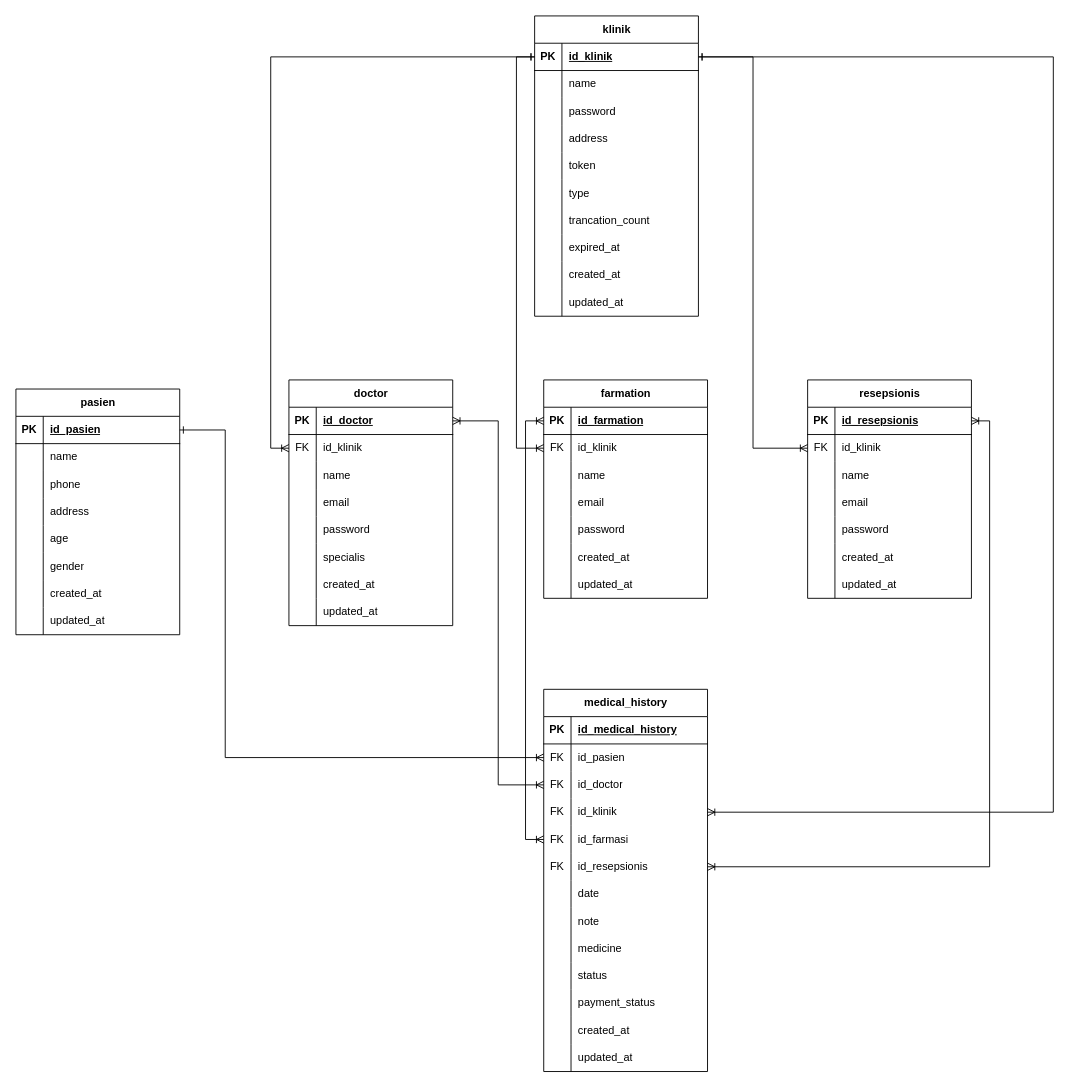
This is erd_klinik.drawio from rrahmatn/dfd_erd_uml, a draw.io file, before an edit. Source tidied: cells renumbered, new cells numbered last; positions are measured from the earlier drawing's top-left corner, leaving out a move shared by most shapes. Both pictures are drawn from the tidied source at 91%, with x=0, y=0 at pixel (15, 15).
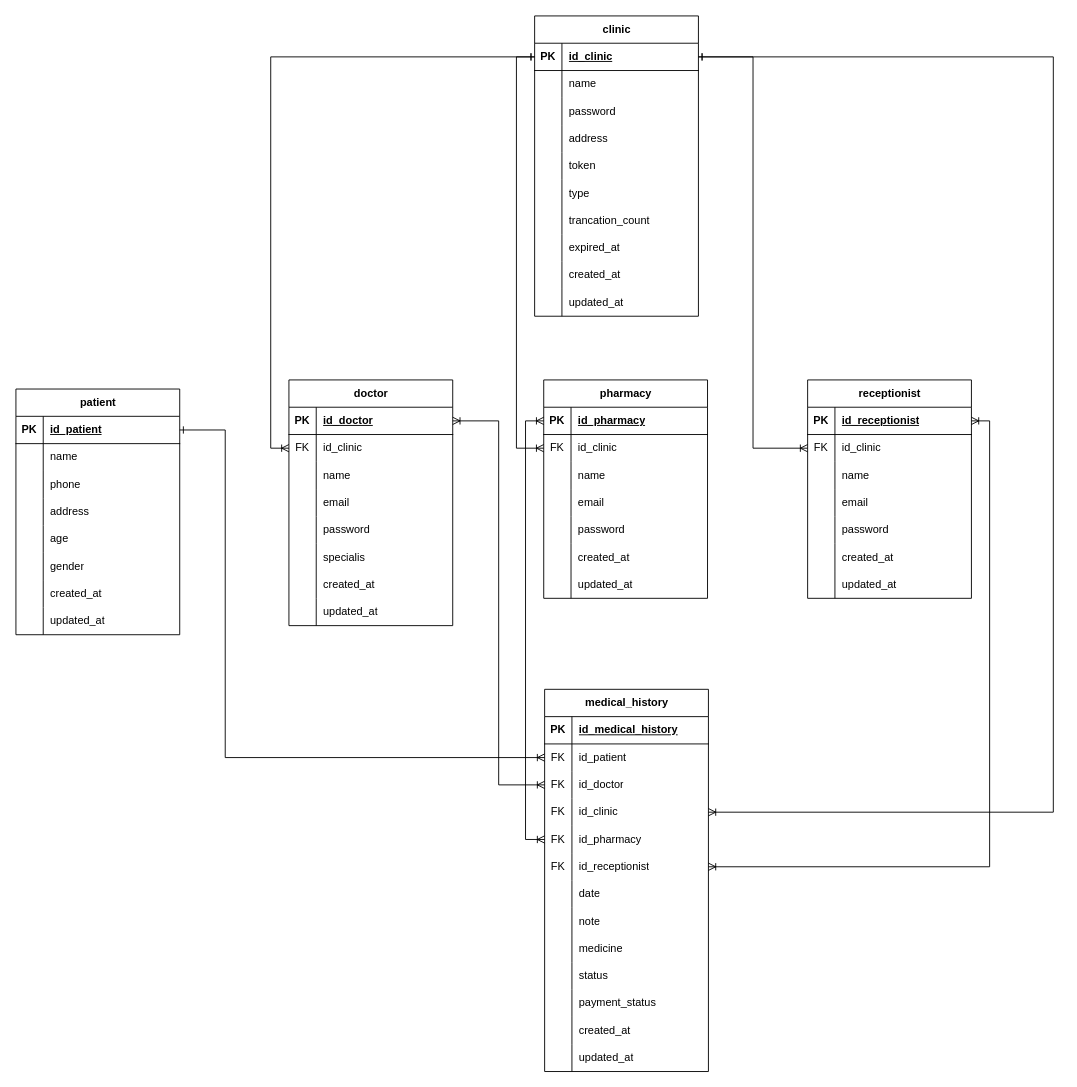
After the change.

The change refers to these unchanged cells:
```xml
<mxCell id="3" style="shape=tableRow;horizontal=0;startSize=0;swimlaneHead=0;swimlaneBody=0;fillColor=none;points=[[0,0.5],[1,0.5]];portConstraint=eastwest;top=0;left=0;right=0;bottom=1;" parent="2" vertex="1">
  <mxGeometry y="30" width="180" height="30" as="geometry" />
</mxCell>
<mxCell id="37" style="shape=tableRow;horizontal=0;startSize=0;swimlaneHead=0;swimlaneBody=0;fillColor=none;points=[[0,0.5],[1,0.5]];portConstraint=eastwest;top=0;left=0;right=0;bottom=0;" parent="33" vertex="1">
  <mxGeometry y="60" width="180" height="30" as="geometry" />
</mxCell>
<mxCell id="59" style="shape=tableRow;horizontal=0;startSize=0;swimlaneHead=0;swimlaneBody=0;fillColor=none;points=[[0,0.5],[1,0.5]];portConstraint=eastwest;top=0;left=0;right=0;bottom=1;" parent="58" vertex="1">
  <mxGeometry y="30" width="180" height="30" as="geometry" />
</mxCell>
<mxCell id="87" style="shape=tableRow;horizontal=0;startSize=0;swimlaneHead=0;swimlaneBody=0;fillColor=none;points=[[0,0.5],[1,0.5]];portConstraint=eastwest;top=0;left=0;right=0;bottom=0;" parent="83" vertex="1">
  <mxGeometry y="60" width="180" height="30" as="geometry" />
</mxCell>
<mxCell id="93" style="shape=tableRow;horizontal=0;startSize=0;swimlaneHead=0;swimlaneBody=0;fillColor=none;points=[[0,0.5],[1,0.5]];portConstraint=eastwest;top=0;left=0;right=0;bottom=0;" parent="83" vertex="1">
  <mxGeometry y="120" width="180" height="30" as="geometry" />
</mxCell>
<mxCell id="96" style="shape=tableRow;horizontal=0;startSize=0;swimlaneHead=0;swimlaneBody=0;fillColor=none;points=[[0,0.5],[1,0.5]];portConstraint=eastwest;top=0;left=0;right=0;bottom=0;" parent="83" vertex="1">
  <mxGeometry y="150" width="180" height="30" as="geometry" />
</mxCell>
<mxCell id="99" style="shape=tableRow;horizontal=0;startSize=0;swimlaneHead=0;swimlaneBody=0;fillColor=none;points=[[0,0.5],[1,0.5]];portConstraint=eastwest;top=0;left=0;right=0;bottom=0;" parent="83" vertex="1">
  <mxGeometry y="180" width="180" height="30" as="geometry" />
</mxCell>
<mxCell id="124" style="shape=tableRow;horizontal=0;startSize=0;swimlaneHead=0;swimlaneBody=0;fillColor=none;points=[[0,0.5],[1,0.5]];portConstraint=eastwest;top=0;left=0;right=0;bottom=1;" parent="123" vertex="1">
  <mxGeometry y="30" width="180" height="30" as="geometry" />
</mxCell>
<mxCell id="127" style="shape=tableRow;horizontal=0;startSize=0;swimlaneHead=0;swimlaneBody=0;fillColor=none;points=[[0,0.5],[1,0.5]];portConstraint=eastwest;top=0;left=0;right=0;bottom=0;" parent="123" vertex="1">
  <mxGeometry y="60" width="180" height="30" as="geometry" />
</mxCell>
<mxCell id="146" style="shape=tableRow;horizontal=0;startSize=0;swimlaneHead=0;swimlaneBody=0;fillColor=none;points=[[0,0.5],[1,0.5]];portConstraint=eastwest;top=0;left=0;right=0;bottom=1;" parent="145" vertex="1">
  <mxGeometry y="30" width="180" height="30" as="geometry" />
</mxCell>
<mxCell id="149" style="shape=tableRow;horizontal=0;startSize=0;swimlaneHead=0;swimlaneBody=0;fillColor=none;points=[[0,0.5],[1,0.5]];portConstraint=eastwest;top=0;left=0;right=0;bottom=0;" parent="145" vertex="1">
  <mxGeometry y="60" width="180" height="30" as="geometry" />
</mxCell>
```

Change to the diagram source:
```diff
@@
-    <mxCell id="2" value="klinik" style="shape=table;startSize=30;childLayout=tableLayout;rowLines=0;fontStyle=1;align=center;html=1;" parent="1" vertex="1">
+    <mxCell id="2" value="clinic" style="shape=table;startSize=30;childLayout=tableLayout;rowLines=0;fontStyle=1;align=center;html=1;" parent="1" vertex="1">
       <mxGeometry x="570" width="180" height="330" as="geometry" />
     </mxCell>
@@
-    <mxCell id="5" value="id_klinik" style="shape=partialRectangle;fillColor=none;top=0;left=0;bottom=0;right=0;align=left;spacingLeft=6;fontStyle=5;overflow=hidden;whiteSpace=wrap;html=1;" parent="3" vertex="1">
+    <mxCell id="5" value="id_clinic" style="shape=partialRectangle;fillColor=none;top=0;left=0;bottom=0;right=0;align=left;spacingLeft=6;fontStyle=5;overflow=hidden;whiteSpace=wrap;html=1;" parent="3" vertex="1">
       <mxGeometry x="30" width="150" height="30" as="geometry" />
     </mxCell>
@@
-    <mxCell id="39" value="id_klinik" style="shape=partialRectangle;fillColor=none;top=0;left=0;bottom=0;right=0;align=left;spacingLeft=6;overflow=hidden;whiteSpace=wrap;html=1;" parent="37" vertex="1">
+    <mxCell id="39" value="id_clinic" style="shape=partialRectangle;fillColor=none;top=0;left=0;bottom=0;right=0;align=left;spacingLeft=6;overflow=hidden;whiteSpace=wrap;html=1;" parent="37" vertex="1">
       <mxGeometry x="30" width="150" height="30" as="geometry" />
     </mxCell>
@@
-    <mxCell id="58" value="pasien" style="shape=table;startSize=30;childLayout=tableLayout;rowLines=0;fontStyle=1;align=center;html=1;" parent="1" vertex="1">
+    <mxCell id="58" value="patient" style="shape=table;startSize=30;childLayout=tableLayout;rowLines=0;fontStyle=1;align=center;html=1;" parent="1" vertex="1">
       <mxGeometry y="410" width="180" height="270" as="geometry" />
     </mxCell>
@@
-    <mxCell id="61" value="id_pasien" style="shape=partialRectangle;fillColor=none;top=0;left=0;bottom=0;right=0;align=left;spacingLeft=6;fontStyle=5;overflow=hidden;whiteSpace=wrap;html=1;" parent="59" vertex="1">
+    <mxCell id="61" value="id_patient" style="shape=partialRectangle;fillColor=none;top=0;left=0;bottom=0;right=0;align=left;spacingLeft=6;fontStyle=5;overflow=hidden;whiteSpace=wrap;html=1;" parent="59" vertex="1">
       <mxGeometry x="30" width="150" height="30" as="geometry" />
     </mxCell>
@@
     <mxCell id="83" value="medical_history" style="shape=table;startSize=30;childLayout=tableLayout;rowLines=0;fontStyle=1;align=center;html=1;" parent="1" vertex="1">
-      <mxGeometry x="580" y="740" width="180" height="420" as="geometry" />
+      <mxGeometry x="581" y="740" width="180" height="420" as="geometry" />
     </mxCell>
@@
-    <mxCell id="89" value="id_pasien" style="shape=partialRectangle;fillColor=none;top=0;left=0;bottom=0;right=0;align=left;spacingLeft=6;overflow=hidden;whiteSpace=wrap;html=1;" parent="87" vertex="1">
+    <mxCell id="89" value="id_patient" style="shape=partialRectangle;fillColor=none;top=0;left=0;bottom=0;right=0;align=left;spacingLeft=6;overflow=hidden;whiteSpace=wrap;html=1;" parent="87" vertex="1">
       <mxGeometry x="30" width="150" height="30" as="geometry" />
     </mxCell>
@@
-    <mxCell id="95" value="id_klinik" style="shape=partialRectangle;fillColor=none;top=0;left=0;bottom=0;right=0;align=left;spacingLeft=6;overflow=hidden;whiteSpace=wrap;html=1;" parent="93" vertex="1">
+    <mxCell id="95" value="id_clinic" style="shape=partialRectangle;fillColor=none;top=0;left=0;bottom=0;right=0;align=left;spacingLeft=6;overflow=hidden;whiteSpace=wrap;html=1;" parent="93" vertex="1">
       <mxGeometry x="30" width="150" height="30" as="geometry" />
     </mxCell>
@@
-    <mxCell id="98" value="id_farmasi" style="shape=partialRectangle;fillColor=none;top=0;left=0;bottom=0;right=0;align=left;spacingLeft=6;overflow=hidden;whiteSpace=wrap;html=1;" parent="96" vertex="1">
+    <mxCell id="98" value="id_pharmacy" style="shape=partialRectangle;fillColor=none;top=0;left=0;bottom=0;right=0;align=left;spacingLeft=6;overflow=hidden;whiteSpace=wrap;html=1;" parent="96" vertex="1">
       <mxGeometry x="30" width="150" height="30" as="geometry" />
     </mxCell>
@@
-    <mxCell id="101" value="id_resepsionis" style="shape=partialRectangle;fillColor=none;top=0;left=0;bottom=0;right=0;align=left;spacingLeft=6;overflow=hidden;whiteSpace=wrap;html=1;" parent="99" vertex="1">
+    <mxCell id="101" value="id_receptionist" style="shape=partialRectangle;fillColor=none;top=0;left=0;bottom=0;right=0;align=left;spacingLeft=6;overflow=hidden;whiteSpace=wrap;html=1;" parent="99" vertex="1">
       <mxGeometry x="30" width="150" height="30" as="geometry" />
     </mxCell>
@@
-    <mxCell id="123" value="farmation" style="shape=table;startSize=30;childLayout=tableLayout;rowLines=0;fontStyle=1;align=center;html=1;" parent="1" vertex="1">
+    <mxCell id="123" value="pharmacy" style="shape=table;startSize=30;childLayout=tableLayout;rowLines=0;fontStyle=1;align=center;html=1;" parent="1" vertex="1">
       <mxGeometry x="580" y="400" width="180" height="240" as="geometry" />
     </mxCell>
@@
-    <mxCell id="126" value="id_farmation" style="shape=partialRectangle;fillColor=none;top=0;left=0;bottom=0;right=0;align=left;spacingLeft=6;fontStyle=5;overflow=hidden;whiteSpace=wrap;html=1;" parent="124" vertex="1">
+    <mxCell id="126" value="id_pharmacy" style="shape=partialRectangle;fillColor=none;top=0;left=0;bottom=0;right=0;align=left;spacingLeft=6;fontStyle=5;overflow=hidden;whiteSpace=wrap;html=1;" parent="124" vertex="1">
       <mxGeometry x="30" width="150" height="30" as="geometry" />
     </mxCell>
@@
-    <mxCell id="129" value="id_klinik" style="shape=partialRectangle;fillColor=none;top=0;left=0;bottom=0;right=0;align=left;spacingLeft=6;overflow=hidden;whiteSpace=wrap;html=1;" parent="127" vertex="1">
+    <mxCell id="129" value="id_clinic" style="shape=partialRectangle;fillColor=none;top=0;left=0;bottom=0;right=0;align=left;spacingLeft=6;overflow=hidden;whiteSpace=wrap;html=1;" parent="127" vertex="1">
       <mxGeometry x="30" width="150" height="30" as="geometry" />
     </mxCell>
@@
-    <mxCell id="145" value="resepsionis" style="shape=table;startSize=30;childLayout=tableLayout;rowLines=0;fontStyle=1;align=center;html=1;" parent="1" vertex="1">
+    <mxCell id="145" value="receptionist" style="shape=table;startSize=30;childLayout=tableLayout;rowLines=0;fontStyle=1;align=center;html=1;" parent="1" vertex="1">
       <mxGeometry x="870" y="400" width="180" height="240" as="geometry" />
     </mxCell>
@@
-    <mxCell id="148" value="id_resepsionis" style="shape=partialRectangle;fillColor=none;top=0;left=0;bottom=0;right=0;align=left;spacingLeft=6;fontStyle=5;overflow=hidden;whiteSpace=wrap;html=1;" parent="146" vertex="1">
+    <mxCell id="148" value="id_receptionist" style="shape=partialRectangle;fillColor=none;top=0;left=0;bottom=0;right=0;align=left;spacingLeft=6;fontStyle=5;overflow=hidden;whiteSpace=wrap;html=1;" parent="146" vertex="1">
       <mxGeometry x="30" width="150" height="30" as="geometry" />
     </mxCell>
@@
-    <mxCell id="151" value="id_klinik" style="shape=partialRectangle;fillColor=none;top=0;left=0;bottom=0;right=0;align=left;spacingLeft=6;overflow=hidden;whiteSpace=wrap;html=1;" parent="149" vertex="1">
+    <mxCell id="151" value="id_clinic" style="shape=partialRectangle;fillColor=none;top=0;left=0;bottom=0;right=0;align=left;spacingLeft=6;overflow=hidden;whiteSpace=wrap;html=1;" parent="149" vertex="1">
       <mxGeometry x="30" width="150" height="30" as="geometry" />
     </mxCell>
```
